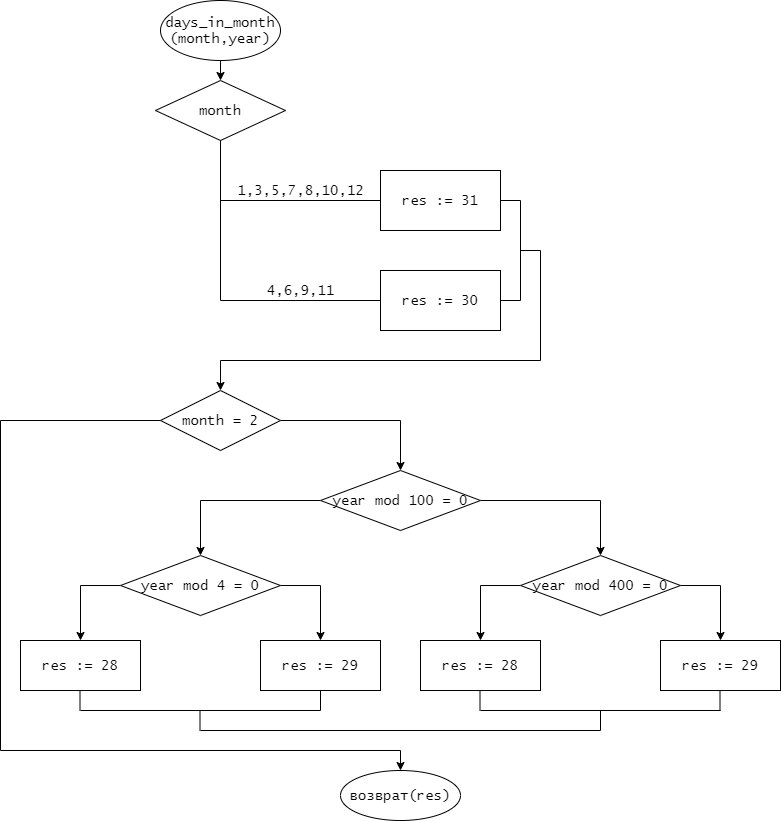
Above: лр8/days_in_month.png in Aprokun/- (draw.io), before the change. Source tidied: cells renumbered, new cells last; positions are measured from the earlier drawing's top-left corner, leaving out a move shared by most shapes.
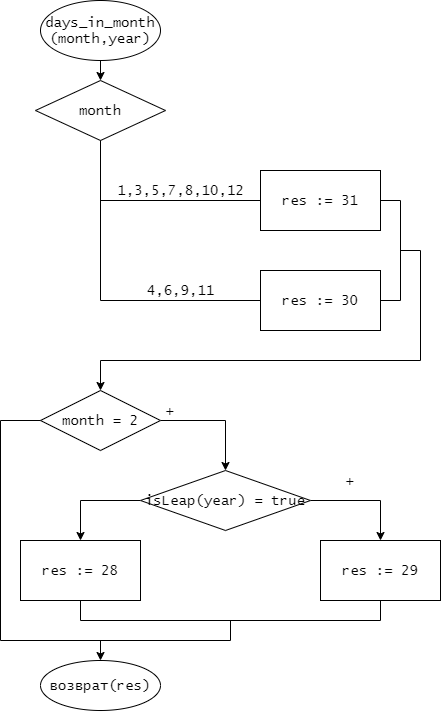
Later version of the same file.

The edit, as a diff of the source:
```diff
@@ -74,7 +74,7 @@
         <mxPoint x="540" y="360" as="targetPoint" />
       </mxGeometry>
     </mxCell>
-    <mxCell id="18" style="edgeStyle=orthogonalEdgeStyle;rounded=0;jettySize=auto;html=1;exitX=1;exitY=0.5;exitDx=0;exitDy=0;entryX=0.5;entryY=0;entryDx=0;entryDy=0;fontFamily=Lucida Console;fontSize=14;" parent="1" edge="1" source="19" target="23">
+    <mxCell id="18" style="edgeStyle=orthogonalEdgeStyle;rounded=0;jettySize=auto;html=1;exitX=1;exitY=0.5;exitDx=0;exitDy=0;entryX=0.5;entryY=0;entryDx=0;entryDy=0;fontFamily=Lucida Console;fontSize=14;" parent="1" edge="1" source="19" target="50">
       <mxGeometry relative="1" as="geometry" />
     </mxCell>
     <mxCell id="19" value="month = 2" style="rhombus;whiteSpace=wrap;html=1;fontFamily=Lucida Console;fontSize=14;" parent="1" vertex="1">
@@ -85,122 +85,74 @@
         <mxPoint x="220" y="360" as="sourcePoint" />
       </mxGeometry>
     </mxCell>
-    <mxCell id="21" style="edgeStyle=orthogonalEdgeStyle;rounded=0;jettySize=auto;html=1;exitX=1;exitY=0.5;exitDx=0;exitDy=0;entryX=0.5;entryY=0;entryDx=0;entryDy=0;fontFamily=Lucida Console;fontSize=14;" parent="1" edge="1" source="23" target="26">
-      <mxGeometry relative="1" as="geometry" />
-    </mxCell>
-    <mxCell id="22" style="edgeStyle=orthogonalEdgeStyle;rounded=0;jettySize=auto;html=1;exitX=0;exitY=0.5;exitDx=0;exitDy=0;entryX=0.5;entryY=0;entryDx=0;entryDy=0;fontFamily=Lucida Console;fontSize=14;" parent="1" edge="1" source="23" target="31">
-      <mxGeometry relative="1" as="geometry" />
-    </mxCell>
-    <mxCell id="23" value="year mod 100 = 0" style="rhombus;whiteSpace=wrap;html=1;fontFamily=Lucida Console;fontSize=14;" parent="1" vertex="1">
-      <mxGeometry x="320" y="470" width="160" height="60" as="geometry" />
-    </mxCell>
-    <mxCell id="24" style="edgeStyle=orthogonalEdgeStyle;rounded=0;jettySize=auto;html=1;exitX=1;exitY=0.5;exitDx=0;exitDy=0;entryX=0.5;entryY=0;entryDx=0;entryDy=0;fontFamily=Lucida Console;fontSize=14;" parent="1" edge="1" source="26" target="27">
-      <mxGeometry relative="1" as="geometry" />
-    </mxCell>
-    <mxCell id="25" style="edgeStyle=orthogonalEdgeStyle;rounded=0;jettySize=auto;html=1;exitX=0;exitY=0.5;exitDx=0;exitDy=0;entryX=0.5;entryY=0;entryDx=0;entryDy=0;fontFamily=Lucida Console;fontSize=14;" parent="1" edge="1" source="26" target="28">
-      <mxGeometry relative="1" as="geometry" />
-    </mxCell>
-    <mxCell id="26" value="year mod 400 = 0" style="rhombus;whiteSpace=wrap;html=1;fontFamily=Lucida Console;fontSize=14;" parent="1" vertex="1">
-      <mxGeometry x="520" y="555" width="160" height="60" as="geometry" />
-    </mxCell>
-    <mxCell id="27" value="res := 29" style="rounded=0;whiteSpace=wrap;html=1;fontFamily=Lucida Console;fontSize=14;" parent="1" vertex="1">
-      <mxGeometry x="660" y="640" width="120" height="50" as="geometry" />
-    </mxCell>
-    <mxCell id="28" value="res := 28" style="rounded=0;whiteSpace=wrap;html=1;fontFamily=Lucida Console;fontSize=14;" parent="1" vertex="1">
-      <mxGeometry x="420" y="640" width="120" height="50" as="geometry" />
-    </mxCell>
-    <mxCell id="29" style="edgeStyle=orthogonalEdgeStyle;rounded=0;jettySize=auto;html=1;exitX=0;exitY=0.5;exitDx=0;exitDy=0;entryX=0.5;entryY=0;entryDx=0;entryDy=0;fontFamily=Lucida Console;fontSize=14;" parent="1" edge="1" source="31" target="32">
-      <mxGeometry relative="1" as="geometry" />
-    </mxCell>
-    <mxCell id="30" style="edgeStyle=orthogonalEdgeStyle;rounded=0;jettySize=auto;html=1;exitX=1;exitY=0.5;exitDx=0;exitDy=0;entryX=0.5;entryY=0;entryDx=0;entryDy=0;fontFamily=Lucida Console;fontSize=14;" parent="1" edge="1" source="31" target="33">
-      <mxGeometry relative="1" as="geometry" />
-    </mxCell>
-    <mxCell id="31" value="year mod 4 = 0" style="rhombus;whiteSpace=wrap;html=1;fontFamily=Lucida Console;fontSize=14;" parent="1" vertex="1">
-      <mxGeometry x="120" y="555" width="160" height="60" as="geometry" />
-    </mxCell>
-    <mxCell id="32" value="res := 28" style="rounded=0;whiteSpace=wrap;html=1;fontFamily=Lucida Console;fontSize=14;" parent="1" vertex="1">
-      <mxGeometry x="20" y="640" width="120" height="50" as="geometry" />
-    </mxCell>
-    <mxCell id="33" value="res := 29" style="rounded=0;whiteSpace=wrap;html=1;fontFamily=Lucida Console;fontSize=14;" parent="1" vertex="1">
-      <mxGeometry x="260" y="640" width="120" height="50" as="geometry" />
-    </mxCell>
-    <mxCell id="34" style="endArrow=none;html=1;fontFamily=Lucida Console;fontSize=14;entryX=0.5;entryY=1;entryDx=0;entryDy=0;" parent="1" edge="1" target="33">
-      <mxGeometry relative="1" as="geometry">
-        <mxPoint x="320" y="710" as="sourcePoint" />
-      </mxGeometry>
-    </mxCell>
-    <mxCell id="35" style="endArrow=none;html=1;fontFamily=Lucida Console;fontSize=14;entryX=0.5;entryY=1;entryDx=0;entryDy=0;" parent="1" edge="1">
-      <mxGeometry relative="1" as="geometry">
-        <mxPoint x="79.5" y="710" as="sourcePoint" />
-        <mxPoint x="79.5" y="690" as="targetPoint" />
-      </mxGeometry>
-    </mxCell>
-    <mxCell id="36" style="endArrow=none;html=1;fontFamily=Lucida Console;fontSize=14;" parent="1" edge="1">
-      <mxGeometry relative="1" as="geometry">
-        <mxPoint x="80" y="710" as="sourcePoint" />
-        <mxPoint x="320" y="710" as="targetPoint" />
-      </mxGeometry>
-    </mxCell>
-    <mxCell id="37" style="endArrow=none;html=1;fontFamily=Lucida Console;fontSize=14;" parent="1" edge="1">
-      <mxGeometry relative="1" as="geometry">
-        <mxPoint x="480" y="710" as="sourcePoint" />
-        <mxPoint x="720" y="710" as="targetPoint" />
-      </mxGeometry>
-    </mxCell>
-    <mxCell id="38" style="endArrow=none;html=1;fontFamily=Lucida Console;fontSize=14;entryX=0.5;entryY=1;entryDx=0;entryDy=0;" parent="1" edge="1">
-      <mxGeometry relative="1" as="geometry">
-        <mxPoint x="479.5" y="710" as="sourcePoint" />
-        <mxPoint x="479.5" y="690" as="targetPoint" />
-      </mxGeometry>
-    </mxCell>
-    <mxCell id="39" style="endArrow=none;html=1;fontFamily=Lucida Console;fontSize=14;entryX=0.5;entryY=1;entryDx=0;entryDy=0;" parent="1" edge="1">
-      <mxGeometry relative="1" as="geometry">
-        <mxPoint x="719.5" y="710" as="sourcePoint" />
-        <mxPoint x="719.5" y="690" as="targetPoint" />
-      </mxGeometry>
-    </mxCell>
-    <mxCell id="40" style="endArrow=none;html=1;fontFamily=Lucida Console;fontSize=14;" parent="1" edge="1">
-      <mxGeometry relative="1" as="geometry">
-        <mxPoint x="600" y="730" as="sourcePoint" />
-        <mxPoint x="600" y="710" as="targetPoint" />
-      </mxGeometry>
-    </mxCell>
-    <mxCell id="41" style="endArrow=none;html=1;fontFamily=Lucida Console;fontSize=14;" parent="1" edge="1">
-      <mxGeometry relative="1" as="geometry">
-        <mxPoint x="199.5" y="730" as="sourcePoint" />
-        <mxPoint x="199.5" y="710" as="targetPoint" />
-      </mxGeometry>
-    </mxCell>
-    <mxCell id="42" style="endArrow=none;html=1;fontFamily=Lucida Console;fontSize=14;" parent="1" edge="1">
-      <mxGeometry relative="1" as="geometry">
-        <mxPoint x="200" y="730" as="sourcePoint" />
-        <mxPoint x="600" y="730" as="targetPoint" />
-      </mxGeometry>
-    </mxCell>
     <mxCell id="43" style="endArrow=none;html=1;fontFamily=Lucida Console;fontSize=14;entryX=0;entryY=0.5;entryDx=0;entryDy=0;" parent="1" edge="1" target="19">
       <mxGeometry relative="1" as="geometry">
-        <mxPoint y="420" as="sourcePoint" />
+        <mxPoint x="120" y="420" as="sourcePoint" />
       </mxGeometry>
     </mxCell>
     <mxCell id="44" style="endArrow=none;html=1;fontFamily=Lucida Console;fontSize=14;" parent="1" edge="1">
       <mxGeometry relative="1" as="geometry">
-        <mxPoint y="750" as="sourcePoint" />
-        <mxPoint y="420" as="targetPoint" />
+        <mxPoint x="120" y="640" as="sourcePoint" />
+        <mxPoint x="120" y="420" as="targetPoint" />
       </mxGeometry>
     </mxCell>
     <mxCell id="45" style="endArrow=none;html=1;fontFamily=Lucida Console;fontSize=14;" parent="1" edge="1">
       <mxGeometry relative="1" as="geometry">
-        <mxPoint y="750" as="sourcePoint" />
-        <mxPoint x="400" y="750" as="targetPoint" />
+        <mxPoint x="120" y="640" as="sourcePoint" />
+        <mxPoint x="350" y="640" as="targetPoint" />
       </mxGeometry>
     </mxCell>
     <mxCell id="46" value="возврат(res)" style="ellipse;whiteSpace=wrap;html=1;fontFamily=Lucida Console;fontSize=14;" parent="1" vertex="1">
-      <mxGeometry x="340" y="770" width="120" height="50" as="geometry" />
+      <mxGeometry x="160" y="660" width="120" height="50" as="geometry" />
     </mxCell>
-    <mxCell id="47" style="endArrow=classic;html=1;fontFamily=Lucida Console;fontSize=14;entryX=0.5;entryY=0;entryDx=0;entryDy=0;" parent="1" edge="1" target="46">
-      <mxGeometry relative="1" as="geometry">
-        <mxPoint x="400" y="750" as="sourcePoint" />
-      </mxGeometry>
-    </mxCell>
+    <mxCell id="48" style="edgeStyle=orthogonalEdgeStyle;rounded=0;jettySize=auto;html=1;exitX=0;exitY=0.5;exitDx=0;exitDy=0;entryX=0.5;entryY=0;entryDx=0;entryDy=0;fontFamily=Lucida Console;fontSize=14;" parent="1" edge="1" source="50" target="52">
+      <mxGeometry relative="1" as="geometry" />
+    </mxCell>
+    <mxCell id="49" style="edgeStyle=orthogonalEdgeStyle;rounded=0;jettySize=auto;html=1;exitX=1;exitY=0.5;exitDx=0;exitDy=0;entryX=0.5;entryY=0;entryDx=0;entryDy=0;fontFamily=Lucida Console;fontSize=14;" parent="1" edge="1" source="50" target="51">
+      <mxGeometry relative="1" as="geometry" />
+    </mxCell>
+    <mxCell id="50" value="isLeap(year) = true" style="rhombus;whiteSpace=wrap;html=1;fontSize=14;fontFamily=Lucida Console;" parent="1" vertex="1">
+      <mxGeometry x="260" y="470" width="170" height="60" as="geometry" />
+    </mxCell>
+    <mxCell id="51" value="res := 29" style="rounded=0;whiteSpace=wrap;html=1;fontFamily=Lucida Console;fontSize=14;" parent="1" vertex="1">
+      <mxGeometry x="440" y="540" width="120" height="60" as="geometry" />
+    </mxCell>
+    <mxCell id="52" value="res := 28" style="rounded=0;whiteSpace=wrap;html=1;fontFamily=Lucida Console;fontSize=14;" parent="1" vertex="1">
+      <mxGeometry x="140" y="540" width="120" height="60" as="geometry" />
+    </mxCell>
+    <mxCell id="53" style="endArrow=none;html=1;fontFamily=Lucida Console;fontSize=14;" parent="1" edge="1">
+      <mxGeometry relative="1" as="geometry">
+        <mxPoint x="200" y="620" as="sourcePoint" />
+        <mxPoint x="500" y="620" as="targetPoint" />
+      </mxGeometry>
+    </mxCell>
+    <mxCell id="54" style="endArrow=none;html=1;fontFamily=Lucida Console;fontSize=14;entryX=0.5;entryY=1;entryDx=0;entryDy=0;" parent="1" edge="1" target="52">
+      <mxGeometry relative="1" as="geometry">
+        <mxPoint x="200" y="620" as="sourcePoint" />
+      </mxGeometry>
+    </mxCell>
+    <mxCell id="55" style="endArrow=none;html=1;fontFamily=Lucida Console;fontSize=14;entryX=0.5;entryY=1;entryDx=0;entryDy=0;" parent="1" edge="1">
+      <mxGeometry relative="1" as="geometry">
+        <mxPoint x="500" y="620" as="sourcePoint" />
+        <mxPoint x="500" y="600" as="targetPoint" />
+      </mxGeometry>
+    </mxCell>
+    <mxCell id="56" value="+" style="text;html=1;align=center;verticalAlign=middle;fontSize=14;fontFamily=Lucida Console;" parent="1" vertex="1">
+      <mxGeometry x="280" y="400" width="20" height="20" as="geometry" />
+    </mxCell>
+    <mxCell id="57" value="+" style="text;html=1;align=center;verticalAlign=middle;fontSize=14;fontFamily=Lucida Console;" parent="1" vertex="1">
+      <mxGeometry x="460" y="470" width="20" height="20" as="geometry" />
+    </mxCell>
+    <mxCell id="58" style="endArrow=none;html=1;fontFamily=Lucida Console;fontSize=14;" parent="1" edge="1">
+      <mxGeometry relative="1" as="geometry">
+        <mxPoint x="350" y="640" as="sourcePoint" />
+        <mxPoint x="350" y="620" as="targetPoint" />
+      </mxGeometry>
+    </mxCell>
+    <mxCell id="59" style="endArrow=classic;html=1;fontFamily=Lucida Console;fontSize=14;entryX=0.5;entryY=0;entryDx=0;entryDy=0;" parent="1" edge="1" target="46">
+      <mxGeometry relative="1" as="geometry">
+        <mxPoint x="220" y="640" as="sourcePoint" />
+      </mxGeometry>
+    </mxCell>
   </root>
 </mxGraphModel>
```
